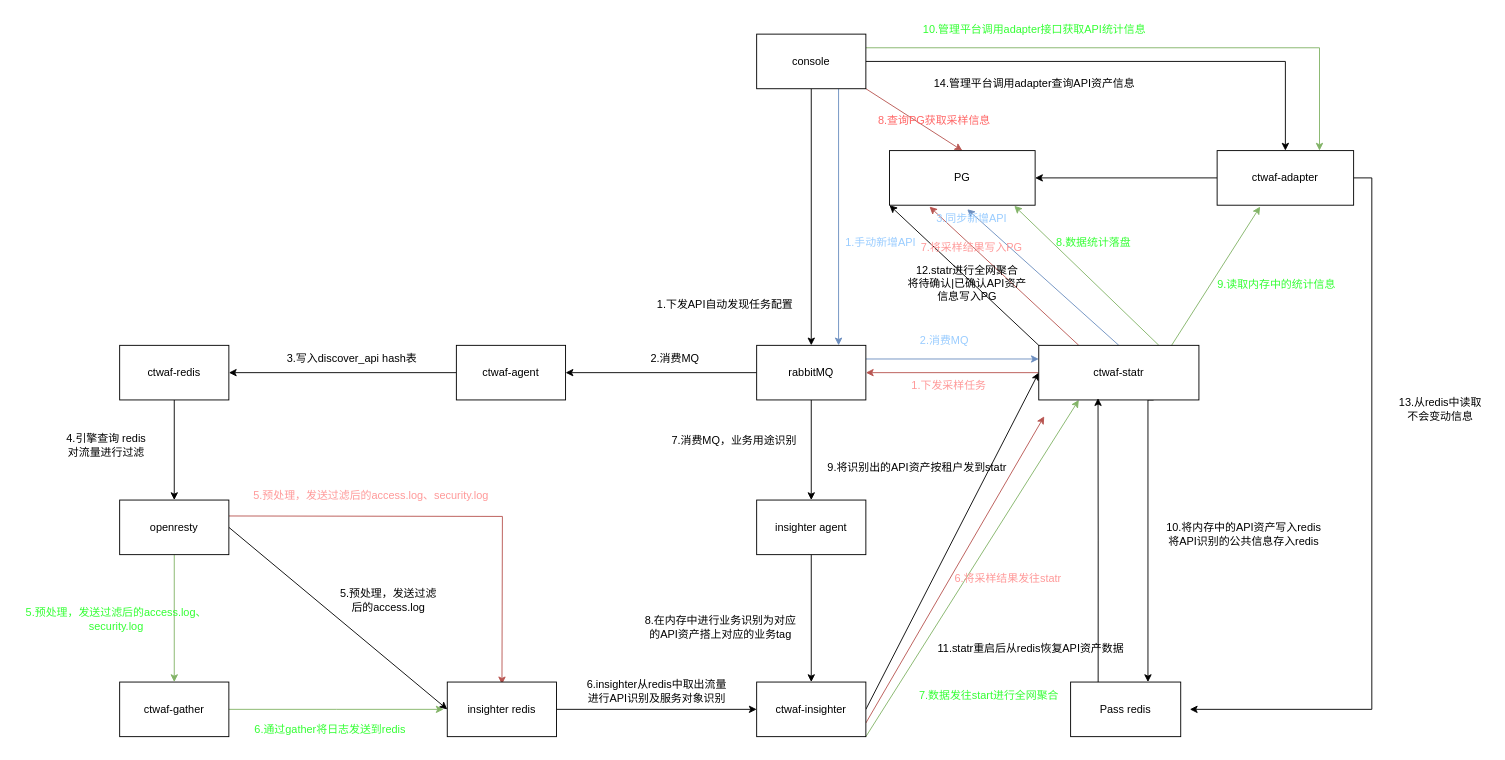
Before: 未命名绘图.drawio in allurelzh/flask_demo, a draw.io diagram. Source tidied: cells renumbered, new cells numbered last; positions are measured from the earlier drawing's top-left corner, leaving out a move shared by most shapes. Both pictures are drawn from the tidied source at 91%, with x=0, y=0 at pixel (15, 15).
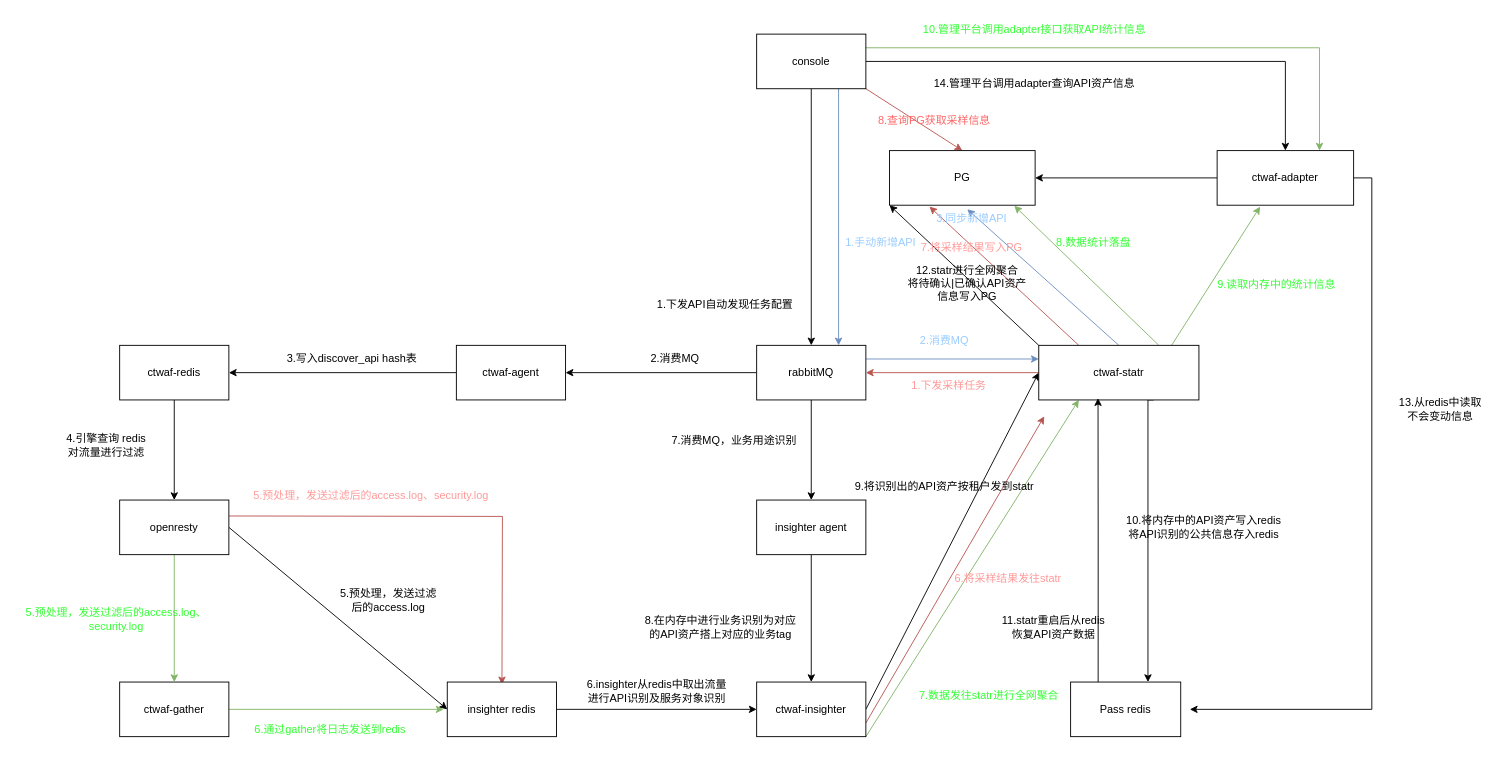
Above is the later version.

Commit message:
更新未命名绘图.drawio

Change to the diagram source:
```diff
@@
     <mxCell id="39" value="9.将识别出的API资产按租户发到statr" style="text;html=1;align=center;verticalAlign=middle;strokeColor=none;fillColor=none;rotation=0;" parent="1" vertex="1">
-      <mxGeometry x="880" y="482" width="220" height="30" as="geometry" />
+      <mxGeometry x="910" y="502" width="220" height="30" as="geometry" />
     </mxCell>
@@
     <mxCell id="48" value="10.将内存中的API资产写入redis&lt;div&gt;将API识别的公共信息存入redis&lt;/div&gt;" style="text;html=1;align=center;verticalAlign=middle;strokeColor=none;fillColor=none;" parent="1" vertex="1">
-      <mxGeometry x="1254" y="550" width="190" height="40" as="geometry" />
+      <mxGeometry x="1210" y="542" width="190" height="40" as="geometry" />
     </mxCell>
@@
-    <mxCell id="53" value="11.statr重启后从redis恢复API资产数据" style="text;html=1;align=center;verticalAlign=middle;strokeColor=none;fillColor=none;" parent="1" vertex="1">
-      <mxGeometry x="1000" y="680" width="230" height="30" as="geometry" />
+    <mxCell id="53" value="11.statr重启后从redis&lt;div&gt;恢复API资产数据&lt;/div&gt;" style="text;html=1;align=center;verticalAlign=middle;strokeColor=none;fillColor=none;" parent="1" vertex="1">
+      <mxGeometry x="1070" y="652" width="140" height="40" as="geometry" />
     </mxCell>
@@
-    <mxCell id="67" value="&lt;font color=&quot;#33ff33&quot;&gt;7.数据发往start进行全网聚合&lt;/font&gt;" style="text;html=1;align=center;verticalAlign=middle;strokeColor=none;fillColor=none;" parent="1" vertex="1">
+    <mxCell id="67" value="&lt;font color=&quot;#33ff33&quot;&gt;7.数据发往statr进行全网聚合&lt;/font&gt;" style="text;html=1;align=center;verticalAlign=middle;strokeColor=none;fillColor=none;" parent="1" vertex="1">
       <mxGeometry x="979" y="732" width="180" height="30" as="geometry" />
     </mxCell>
```
